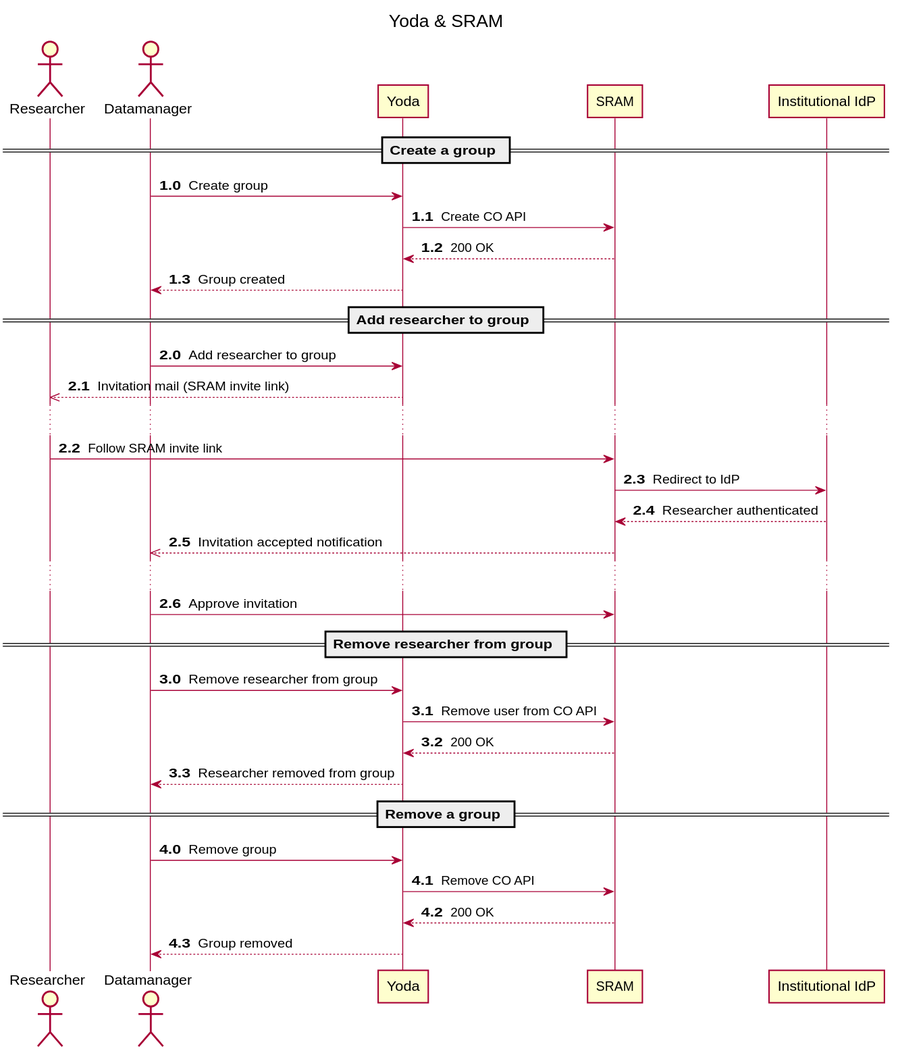
Earlier version of the PlantUML export docs/development/img/yoda-sram.svg (UtrechtUniversity/yoda). Its diagram source:
```plantuml
@startuml
skinparam padding 2
skinparam shadowing false

title Yoda & SRAM

actor       Researcher          as researcher
actor       Datamanager         as datamanager
participant Yoda                as yoda
participant SRAM                as SRAM
participant "Institutional IdP" as IdP

== Create a group ==
autonumber 1.0
datamanager  -> yoda        : Create group
yoda         -> SRAM        : Create CO API
SRAM        --> yoda        : 200 OK
yoda        --> datamanager : Group created

== Add researcher to group ==
autonumber 2.0
datamanager  -> yoda        : Add researcher to group
yoda       -->> researcher  : Invitation mail (SRAM invite link)
...
researcher   -> SRAM        : Follow SRAM invite link
SRAM         -> IdP         : Redirect to IdP
IdP         --> SRAM        : Researcher authenticated
SRAM       -->> datamanager : Invitation accepted notification
...
datamanager  -> SRAM        : Approve invitation

== Remove researcher from group ==
autonumber 3.0
datamanager  -> yoda        : Remove researcher from group
yoda         -> SRAM        : Remove user from CO API
SRAM        --> yoda        : 200 OK
yoda        --> datamanager : Researcher removed from group

== Remove a group ==
autonumber 4.0
datamanager  -> yoda        : Remove group
yoda         -> SRAM        : Remove CO API
SRAM        --> yoda        : 200 OK
yoda        --> datamanager : Group removed

@enduml
```
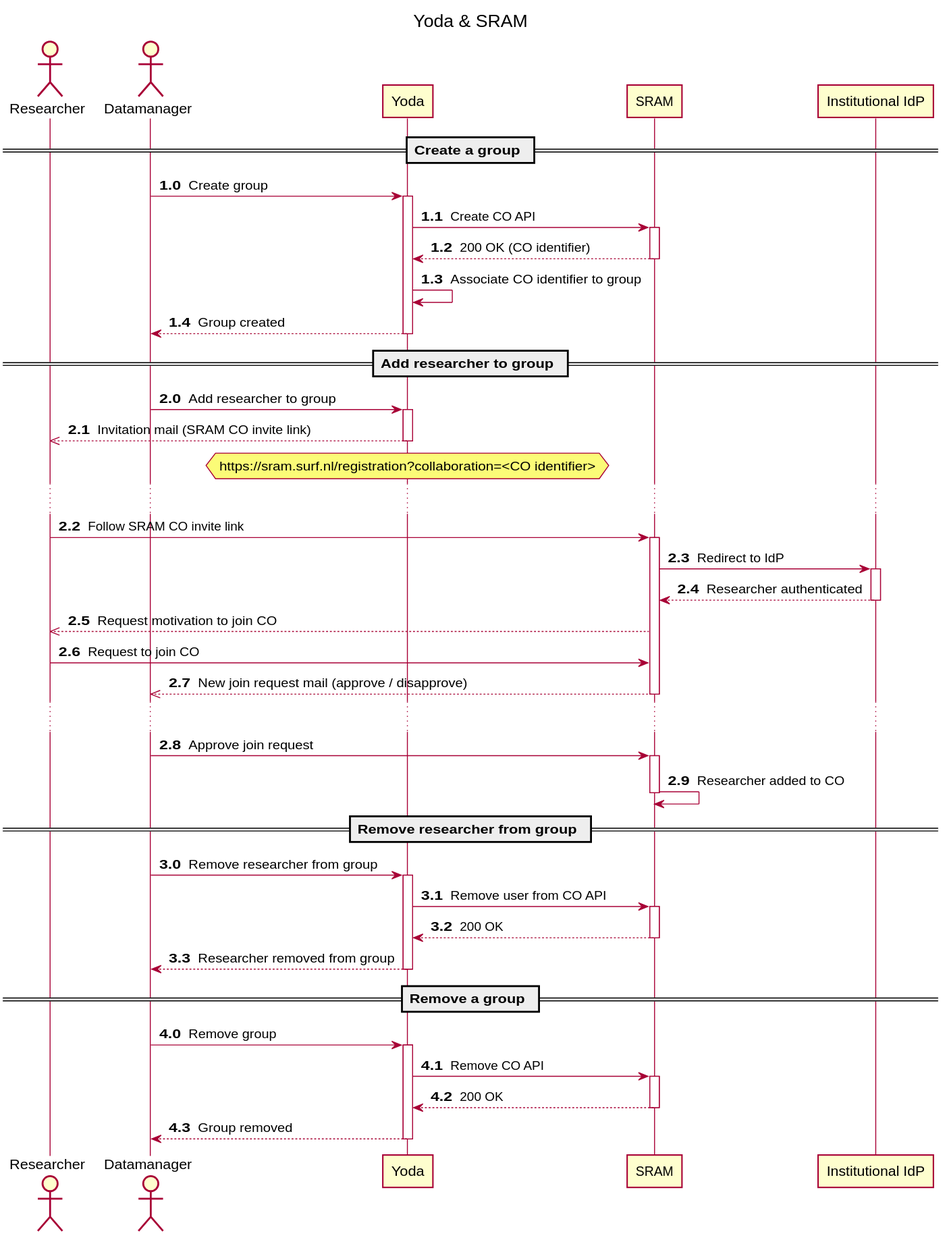
Later version of the same file.

Commit message:
Update Yoda & SRAM sequence diagram.

The edit, as a diff of the source:
```diff
@@ -13,34 +13,61 @@
 == Create a group ==
 autonumber 1.0
 datamanager  -> yoda        : Create group
+activate yoda
 yoda         -> SRAM        : Create CO API
-SRAM        --> yoda        : 200 OK
+activate SRAM
+SRAM        --> yoda        : 200 OK (CO identifier)
+deactivate SRAM
+yoda         -> yoda        : Associate CO identifier to group
 yoda        --> datamanager : Group created
+deactivate yoda
 
 == Add researcher to group ==
 autonumber 2.0
 datamanager  -> yoda        : Add researcher to group
-yoda       -->> researcher  : Invitation mail (SRAM invite link)
+activate yoda
+yoda       -->> researcher  : Invitation mail (SRAM CO invite link)
+deactivate yoda
+hnote over yoda
+    https://sram.surf.nl/registration?collaboration=<CO identifier>
+endhnote
 ...
-researcher   -> SRAM        : Follow SRAM invite link
+researcher   -> SRAM        : Follow SRAM CO invite link
+activate SRAM
 SRAM         -> IdP         : Redirect to IdP
+activate IdP
 IdP         --> SRAM        : Researcher authenticated
-SRAM       -->> datamanager : Invitation accepted notification
+deactivate IdP
+SRAM       -->> researcher  : Request motivation to join CO
+researcher   -> SRAM        : Request to join CO
+SRAM       -->> datamanager : New join request mail (approve / disapprove)
+deactivate SRAM
 ...
-datamanager  -> SRAM        : Approve invitation
+datamanager  -> SRAM        : Approve join request
+activate SRAM
+SRAM         -> SRAM        : Researcher added to CO
+deactivate SRAM
 
 == Remove researcher from group ==
 autonumber 3.0
 datamanager  -> yoda        : Remove researcher from group
+activate yoda
 yoda         -> SRAM        : Remove user from CO API
+activate SRAM
 SRAM        --> yoda        : 200 OK
+deactivate SRAM
 yoda        --> datamanager : Researcher removed from group
+deactivate yoda
 
 == Remove a group ==
 autonumber 4.0
 datamanager  -> yoda        : Remove group
+activate yoda
 yoda         -> SRAM        : Remove CO API
+activate SRAM
 SRAM        --> yoda        : 200 OK
+deactivate SRAM
 yoda        --> datamanager : Group removed
+deactivate yoda
 
 @enduml
```
